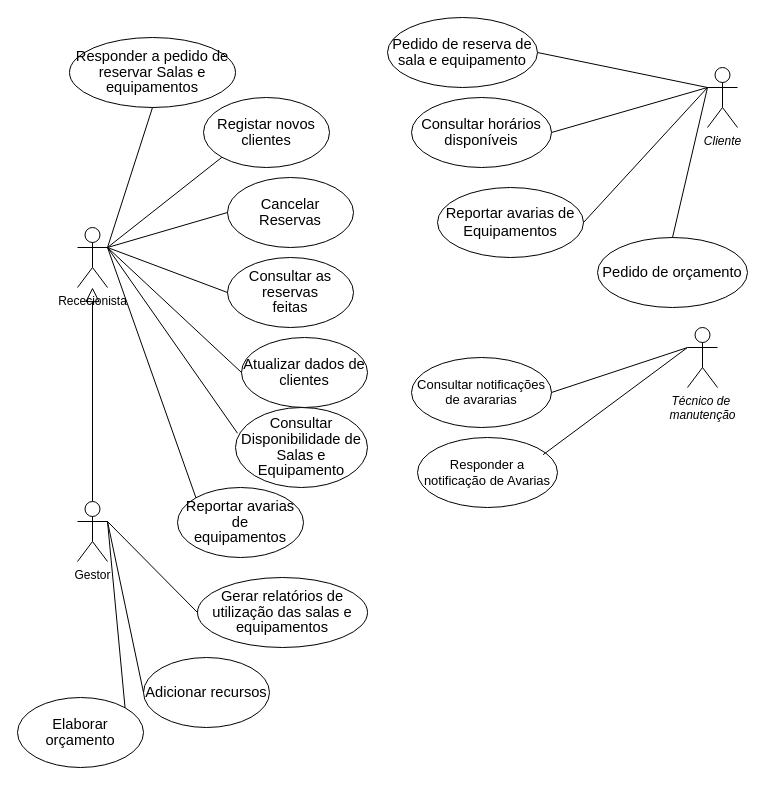
Before: page "Use Case normal" (1 of 2) of projeto case use.drawio in ic3K1ng/Rooms-Equipments, a draw.io diagram. Source tidied: cells renumbered, new cells numbered last; positions are measured from the earlier drawing's top-left corner, leaving out a move shared by most shapes. Both pictures are drawn from the tidied source at 100%, with x=0, y=0 at pixel (17, 17).
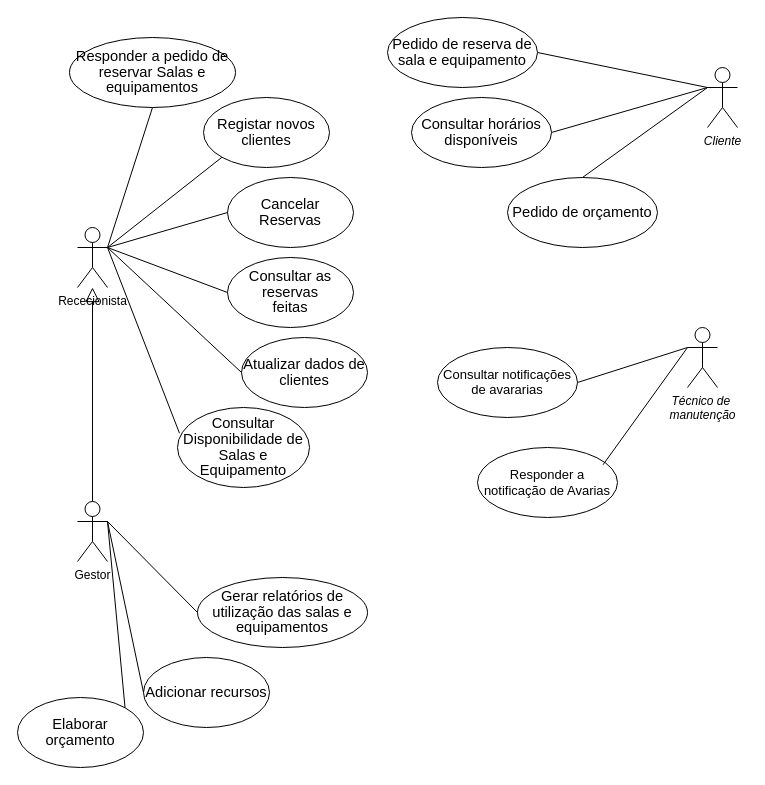
After the change.

The change refers to these unchanged cells:
```xml
<mxCell id="2" value="Rececionista" style="shape=umlActor;html=1;verticalLabelPosition=bottom;verticalAlign=top;align=center;" parent="1" vertex="1">
  <mxGeometry x="60" y="210" width="30" height="60" as="geometry" />
</mxCell>
```

Diff of the diagram source:
```diff
@@
-    <mxCell id="12" value="&lt;span style=&quot;font-size:11.0pt;line-height:107%;&lt;br/&gt;font-family:&amp;quot;Aptos&amp;quot;,sans-serif;mso-ascii-theme-font:minor-latin;mso-fareast-font-family:&lt;br/&gt;Aptos;mso-fareast-theme-font:minor-latin;mso-hansi-theme-font:minor-latin;&lt;br/&gt;mso-bidi-font-family:Arial;mso-bidi-theme-font:minor-bidi;mso-ansi-language:&lt;br/&gt;PT;mso-fareast-language:EN-US;mso-bidi-language:AR-SA&quot;&gt;Reportar avarias de&lt;br/&gt;equipamentos&lt;/span&gt;" style="ellipse;whiteSpace=wrap;html=1;fontStyle=0;" parent="1" vertex="1">
-      <mxGeometry x="160" y="470" width="126" height="70" as="geometry" />
-    </mxCell>
@@
-    <mxCell id="21" style="edgeStyle=none;html=1;endArrow=none;verticalAlign=bottom;rounded=0;entryX=0;entryY=0;entryDx=0;entryDy=0;exitX=1;exitY=0.3333333333333333;exitDx=0;exitDy=0;exitPerimeter=0;" parent="1" edge="1" source="2" target="12">
-      <mxGeometry relative="1" as="geometry" />
-    </mxCell>
@@
     <mxCell id="28" value="&lt;span style=&quot;line-height: 107%; font-size: 13px;&quot;&gt;Consultar notificações de avararias&lt;/span&gt;" style="ellipse;whiteSpace=wrap;html=1;" parent="1" vertex="1">
-      <mxGeometry x="394" y="340" width="140" height="70" as="geometry" />
+      <mxGeometry x="420" y="330" width="140" height="70" as="geometry" />
     </mxCell>
@@
     <mxCell id="30" value="&lt;span style=&quot;font-size:11.0pt;line-height:107%;&lt;br/&gt;font-family:&amp;quot;Aptos&amp;quot;,sans-serif;mso-ascii-theme-font:minor-latin;mso-fareast-font-family:&lt;br/&gt;Aptos;mso-fareast-theme-font:minor-latin;mso-hansi-theme-font:minor-latin;&lt;br/&gt;mso-bidi-font-family:Arial;mso-bidi-theme-font:minor-bidi;mso-ansi-language:&lt;br/&gt;PT;mso-fareast-language:EN-US;mso-bidi-language:AR-SA&quot;&gt;Consultar Disponibilidade de Salas e Equipamento&lt;/span&gt;" style="ellipse;whiteSpace=wrap;html=1;fontStyle=0;" parent="1" vertex="1">
-      <mxGeometry x="218" y="390" width="132" height="80" as="geometry" />
+      <mxGeometry x="160" y="390" width="132" height="80" as="geometry" />
     </mxCell>
@@
-    <mxCell id="32" value="&lt;span style=&quot;font-size: 14.6667px;&quot;&gt;Reportar avarias de Equipamentos&lt;/span&gt;" style="ellipse;whiteSpace=wrap;html=1;" parent="1" vertex="1">
-      <mxGeometry x="420" y="170" width="146" height="70" as="geometry" />
-    </mxCell>
-    <mxCell id="33" style="edgeStyle=none;html=1;endArrow=none;verticalAlign=bottom;rounded=0;exitX=1;exitY=0.5;exitDx=0;exitDy=0;" parent="1" edge="1" source="32">
-      <mxGeometry relative="1" as="geometry">
-        <mxPoint x="690" y="70" as="targetPoint" />
-      </mxGeometry>
-    </mxCell>
     <mxCell id="34" value="&lt;span style=&quot;font-size: 13px;&quot;&gt;Responder a notificação de Avarias&lt;/span&gt;" style="ellipse;whiteSpace=wrap;html=1;" parent="1" vertex="1">
-      <mxGeometry x="400" y="420" width="140" height="70" as="geometry" />
+      <mxGeometry x="460" y="430" width="140" height="70" as="geometry" />
     </mxCell>
@@
     <mxCell id="37" value="&lt;span style=&quot;font-size:11.0pt;line-height:107%;&lt;br/&gt;font-family:&amp;quot;Aptos&amp;quot;,sans-serif;mso-ascii-theme-font:minor-latin;mso-fareast-font-family:&lt;br/&gt;Aptos;mso-fareast-theme-font:minor-latin;mso-hansi-theme-font:minor-latin;&lt;br/&gt;mso-bidi-font-family:Arial;mso-bidi-theme-font:minor-bidi;mso-ansi-language:&lt;br/&gt;PT;mso-fareast-language:EN-US;mso-bidi-language:AR-SA&quot;&gt;Pedido de orçamento&lt;/span&gt;" style="ellipse;whiteSpace=wrap;html=1;" parent="1" vertex="1">
-      <mxGeometry x="580" y="220" width="150" height="70" as="geometry" />
+      <mxGeometry x="490" y="160" width="150" height="70" as="geometry" />
     </mxCell>
```
